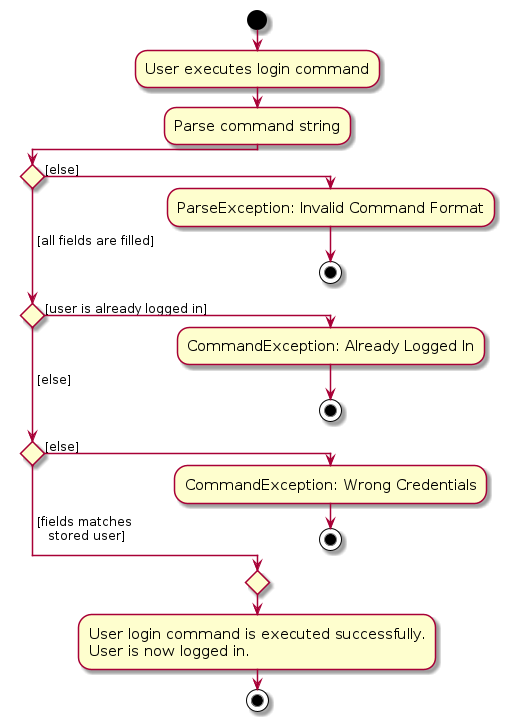
This is diagrams/UserLoginActivityDiagram.png from zhonghan721/tp, a PlantUML export, as it was before one commit. Its source is kept beside it as diagrams/UserLoginActivityDiagram.puml.
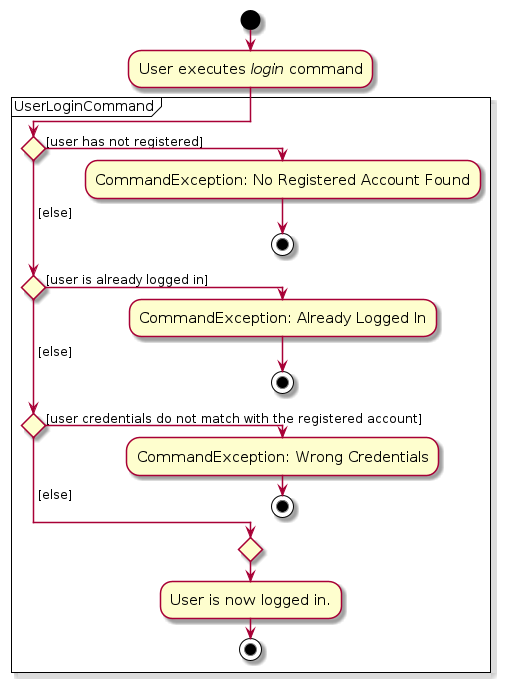
The same file after the commit.

Diff of the diagram source:
```diff
@@ -4,24 +4,25 @@
 skinparam ArrowFontSize 12
 !pragma useVerticalIf on
 start
-:User executes login command;
-:Parse command string;
+:User executes <i>login</i> command;
+partition UserLoginCommand
 
-if () then ([else])
-    :ParseException: Invalid Command Format;
+
+
+if () then ([user has not registered])
+    :CommandException: No Registered Account Found;
     stop
-( [all fields are filled]) elseif () then ([user is already logged in])
+    ( [else]) elseif () then ([user is already logged in])
     :CommandException: Already Logged In;
     stop
-( [else]) elseif () then ([else])
+( [else]) elseif () then ([user credentials do not match with the registered account])
     :CommandException: Wrong Credentials;
     stop
-else ( [fields matches
-    stored user])
+else ( [else])
 
 endif
-:User login command is executed successfully.
-User is now logged in.;
+:User is now logged in.;
+
 
 stop
 @enduml
```
